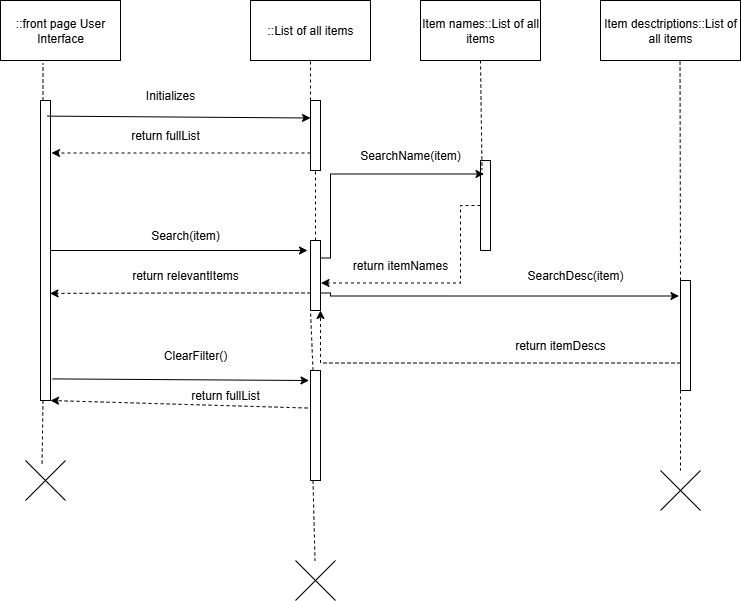
This is diagrams/SequencePart3.png from GravityGuy99/TreasureTrove, a draw.io export, as it was before one commit. Source tidied: cells renumbered, new cells last; positions are measured from the earlier drawing's top-left corner, leaving out a move shared by most shapes. Source of this version:
```xml
<mxGraphModel>
  <root>
    <mxCell id="0" />
    <mxCell id="1" parent="0" />
    <mxCell id="2" value="::List of all items" style="rounded=0;whiteSpace=wrap;html=1;" parent="1" vertex="1">
      <mxGeometry x="250" width="120" height="60" as="geometry" />
    </mxCell>
    <mxCell id="3" value="::front page User Interface" style="rounded=0;whiteSpace=wrap;html=1;" parent="1" vertex="1">
      <mxGeometry width="120" height="60" as="geometry" />
    </mxCell>
    <mxCell id="4" style="rounded=0;whiteSpace=wrap;html=1;" parent="1" vertex="1">
      <mxGeometry x="40" y="100" width="10" height="300" as="geometry" />
    </mxCell>
    <mxCell id="5" style="rounded=0;whiteSpace=wrap;html=1;" parent="1" vertex="1">
      <mxGeometry x="310" y="100" width="10" height="70" as="geometry" />
    </mxCell>
    <mxCell id="6" style="endArrow=none;dashed=1;html=1;rounded=0;entryX=0.5;entryY=1;entryDx=0;entryDy=0;exitX=0;exitY=0;exitDx=0;exitDy=0;" parent="1" edge="1" source="5" target="2">
      <mxGeometry relative="1" as="geometry" />
    </mxCell>
    <mxCell id="7" style="endArrow=none;dashed=1;html=1;rounded=0;entryX=0.354;entryY=1.042;entryDx=0;entryDy=0;entryPerimeter=0;exitX=0.25;exitY=0;exitDx=0;exitDy=0;" parent="1" edge="1" source="4" target="3">
      <mxGeometry relative="1" as="geometry" />
    </mxCell>
    <mxCell id="8" style="endArrow=classic;html=1;rounded=0;exitX=0.65;exitY=0.052;exitDx=0;exitDy=0;exitPerimeter=0;entryX=0;entryY=0.25;entryDx=0;entryDy=0;" parent="1" edge="1" source="4" target="5">
      <mxGeometry relative="1" as="geometry" />
    </mxCell>
    <mxCell id="9" value="Initializes" style="text;html=1;align=center;verticalAlign=middle;whiteSpace=wrap;rounded=0;" parent="1" vertex="1">
      <mxGeometry x="140" y="80" width="60" height="30" as="geometry" />
    </mxCell>
    <mxCell id="10" style="edgeStyle=orthogonalEdgeStyle;rounded=0;jettySize=auto;html=1;exitX=0;exitY=0.75;exitDx=0;exitDy=0;entryX=1.1;entryY=0.175;entryDx=0;entryDy=0;entryPerimeter=0;dashed=1;" parent="1" edge="1" source="5" target="4">
      <mxGeometry relative="1" as="geometry" />
    </mxCell>
    <mxCell id="11" value="return fullList" style="text;html=1;align=center;verticalAlign=middle;whiteSpace=wrap;rounded=0;" parent="1" vertex="1">
      <mxGeometry x="120" y="120" width="90" height="30" as="geometry" />
    </mxCell>
    <mxCell id="12" value="Item names::List of all items" style="rounded=0;whiteSpace=wrap;html=1;" parent="1" vertex="1">
      <mxGeometry x="420" width="120" height="60" as="geometry" />
    </mxCell>
    <mxCell id="13" value="Item desctriptions::List of all items" style="rounded=0;whiteSpace=wrap;html=1;" parent="1" vertex="1">
      <mxGeometry x="600" width="140" height="60" as="geometry" />
    </mxCell>
    <mxCell id="14" style="rounded=0;whiteSpace=wrap;html=1;" parent="1" vertex="1">
      <mxGeometry x="310" y="240" width="10" height="70" as="geometry" />
    </mxCell>
    <mxCell id="15" style="edgeStyle=orthogonalEdgeStyle;rounded=0;jettySize=auto;html=1;exitX=1;exitY=0.5;exitDx=0;exitDy=0;entryX=-0.3;entryY=0.143;entryDx=0;entryDy=0;entryPerimeter=0;" parent="1" edge="1" source="4" target="14">
      <mxGeometry relative="1" as="geometry" />
    </mxCell>
    <mxCell id="16" style="edgeStyle=orthogonalEdgeStyle;rounded=0;jettySize=auto;html=1;exitX=0;exitY=0.75;exitDx=0;exitDy=0;entryX=0.95;entryY=0.643;entryDx=0;entryDy=0;entryPerimeter=0;dashed=1;" parent="1" edge="1" source="14" target="4">
      <mxGeometry relative="1" as="geometry" />
    </mxCell>
    <mxCell id="17" style="endArrow=none;dashed=1;html=1;rounded=0;exitX=0.5;exitY=0;exitDx=0;exitDy=0;" parent="1" edge="1" source="14">
      <mxGeometry relative="1" as="geometry">
        <mxPoint x="315" y="170" as="targetPoint" />
      </mxGeometry>
    </mxCell>
    <mxCell id="18" value="Search(item)" style="text;html=1;align=center;verticalAlign=middle;whiteSpace=wrap;rounded=0;" parent="1" vertex="1">
      <mxGeometry x="110" y="220" width="150" height="30" as="geometry" />
    </mxCell>
    <mxCell id="19" style="rounded=0;whiteSpace=wrap;html=1;" parent="1" vertex="1">
      <mxGeometry x="480" y="160" width="10" height="90" as="geometry" />
    </mxCell>
    <mxCell id="20" style="edgeStyle=orthogonalEdgeStyle;rounded=0;jettySize=auto;html=1;exitX=0;exitY=0.75;exitDx=0;exitDy=0;entryX=1;entryY=1;entryDx=0;entryDy=0;dashed=1;" parent="1" edge="1" source="21" target="14">
      <mxGeometry relative="1" as="geometry" />
    </mxCell>
    <mxCell id="21" style="rounded=0;whiteSpace=wrap;html=1;" parent="1" vertex="1">
      <mxGeometry x="680" y="280" width="10" height="110" as="geometry" />
    </mxCell>
    <mxCell id="22" style="endArrow=none;dashed=1;html=1;rounded=0;exitX=0.5;exitY=1;exitDx=0;exitDy=0;entryX=0.15;entryY=0.1;entryDx=0;entryDy=0;entryPerimeter=0;" parent="1" edge="1" source="12" target="19">
      <mxGeometry relative="1" as="geometry" />
    </mxCell>
    <mxCell id="23" style="endArrow=none;dashed=1;html=1;rounded=0;entryX=0.568;entryY=1;entryDx=0;entryDy=0;entryPerimeter=0;exitX=0;exitY=0;exitDx=0;exitDy=0;" parent="1" edge="1" source="21" target="13">
      <mxGeometry relative="1" as="geometry" />
    </mxCell>
    <mxCell id="24" style="edgeStyle=orthogonalEdgeStyle;rounded=0;jettySize=auto;html=1;exitX=1;exitY=0.25;exitDx=0;exitDy=0;entryX=0.35;entryY=0.15;entryDx=0;entryDy=0;entryPerimeter=0;" parent="1" edge="1" source="14" target="19">
      <mxGeometry relative="1" as="geometry">
        <Array as="points">
          <mxPoint x="330" y="258" />
          <mxPoint x="330" y="174" />
        </Array>
      </mxGeometry>
    </mxCell>
    <mxCell id="25" style="edgeStyle=orthogonalEdgeStyle;rounded=0;jettySize=auto;html=1;exitX=0;exitY=0.5;exitDx=0;exitDy=0;entryX=1.05;entryY=0.607;entryDx=0;entryDy=0;entryPerimeter=0;dashed=1;" parent="1" edge="1" source="19" target="14">
      <mxGeometry relative="1" as="geometry">
        <Array as="points">
          <mxPoint x="460" y="205" />
          <mxPoint x="460" y="283" />
        </Array>
      </mxGeometry>
    </mxCell>
    <mxCell id="26" value="return relevantItems" style="text;html=1;align=center;verticalAlign=middle;whiteSpace=wrap;rounded=0;" parent="1" vertex="1">
      <mxGeometry x="110" y="260" width="150" height="30" as="geometry" />
    </mxCell>
    <mxCell id="27" value="return itemNames" style="text;html=1;align=center;verticalAlign=middle;whiteSpace=wrap;rounded=0;" parent="1" vertex="1">
      <mxGeometry x="330" y="250" width="140" height="30" as="geometry" />
    </mxCell>
    <mxCell id="28" style="edgeStyle=orthogonalEdgeStyle;rounded=0;jettySize=auto;html=1;exitX=1;exitY=0.75;exitDx=0;exitDy=0;entryX=-0.15;entryY=0.141;entryDx=0;entryDy=0;entryPerimeter=0;" parent="1" edge="1" source="14" target="21">
      <mxGeometry relative="1" as="geometry">
        <Array as="points">
          <mxPoint x="330" y="293" />
          <mxPoint x="330" y="296" />
        </Array>
      </mxGeometry>
    </mxCell>
    <mxCell id="29" value="SearchDesc(item)" style="text;html=1;align=center;verticalAlign=middle;whiteSpace=wrap;rounded=0;" parent="1" vertex="1">
      <mxGeometry x="500" y="260" width="150" height="30" as="geometry" />
    </mxCell>
    <mxCell id="30" value="SearchName(item)" style="text;html=1;align=center;verticalAlign=middle;whiteSpace=wrap;rounded=0;" parent="1" vertex="1">
      <mxGeometry x="335" y="140" width="150" height="30" as="geometry" />
    </mxCell>
    <mxCell id="31" value="return itemDescs" style="text;html=1;align=center;verticalAlign=middle;whiteSpace=wrap;rounded=0;" parent="1" vertex="1">
      <mxGeometry x="490" y="330" width="140" height="30" as="geometry" />
    </mxCell>
    <mxCell id="32" style="rounded=0;whiteSpace=wrap;html=1;" parent="1" vertex="1">
      <mxGeometry x="310" y="370" width="10" height="110" as="geometry" />
    </mxCell>
    <mxCell id="33" style="endArrow=none;dashed=1;html=1;rounded=0;exitX=0.25;exitY=0;exitDx=0;exitDy=0;entryX=0;entryY=1;entryDx=0;entryDy=0;" parent="1" edge="1" source="32" target="14">
      <mxGeometry relative="1" as="geometry" />
    </mxCell>
    <mxCell id="34" value="ClearFilter()" style="text;html=1;align=center;verticalAlign=middle;whiteSpace=wrap;rounded=0;" parent="1" vertex="1">
      <mxGeometry x="120" y="340" width="150" height="30" as="geometry" />
    </mxCell>
    <mxCell id="35" style="endArrow=classic;html=1;rounded=0;exitX=1.2;exitY=0.928;exitDx=0;exitDy=0;exitPerimeter=0;entryX=-0.15;entryY=0.091;entryDx=0;entryDy=0;entryPerimeter=0;" parent="1" edge="1" source="4" target="32">
      <mxGeometry relative="1" as="geometry" />
    </mxCell>
    <mxCell id="36" style="endArrow=classic;html=1;rounded=0;entryX=1;entryY=1;entryDx=0;entryDy=0;exitX=-0.3;exitY=0.341;exitDx=0;exitDy=0;exitPerimeter=0;dashed=1;" parent="1" edge="1" source="32" target="4">
      <mxGeometry relative="1" as="geometry" />
    </mxCell>
    <mxCell id="37" value="return fullList" style="text;html=1;align=center;verticalAlign=middle;whiteSpace=wrap;rounded=0;" parent="1" vertex="1">
      <mxGeometry x="150" y="380" width="150" height="30" as="geometry" />
    </mxCell>
    <mxCell id="38" style="endArrow=none;dashed=1;html=1;rounded=0;exitX=0;exitY=1;exitDx=0;exitDy=0;" parent="1" edge="1" source="21" target="39">
      <mxGeometry relative="1" as="geometry" />
    </mxCell>
    <mxCell id="39" style="shape=mxgraph.sysml.x;" parent="1" vertex="1">
      <mxGeometry x="660" y="470" width="40" height="40" as="geometry" />
    </mxCell>
    <mxCell id="40" style="endArrow=none;dashed=1;html=1;rounded=0;exitX=0.25;exitY=1;exitDx=0;exitDy=0;" parent="1" edge="1" source="32" target="41">
      <mxGeometry relative="1" as="geometry" />
    </mxCell>
    <mxCell id="41" style="shape=mxgraph.sysml.x;" parent="1" vertex="1">
      <mxGeometry x="295" y="560" width="40" height="40" as="geometry" />
    </mxCell>
    <mxCell id="42" style="shape=mxgraph.sysml.x;" parent="1" vertex="1">
      <mxGeometry x="25" y="460" width="40" height="40" as="geometry" />
    </mxCell>
    <mxCell id="43" style="endArrow=none;dashed=1;html=1;rounded=0;exitX=0.25;exitY=1;exitDx=0;exitDy=0;entryX=0.413;entryY=0.15;entryDx=0;entryDy=0;entryPerimeter=0;" parent="1" edge="1" source="4" target="42">
      <mxGeometry relative="1" as="geometry" />
    </mxCell>
  </root>
</mxGraphModel>
```
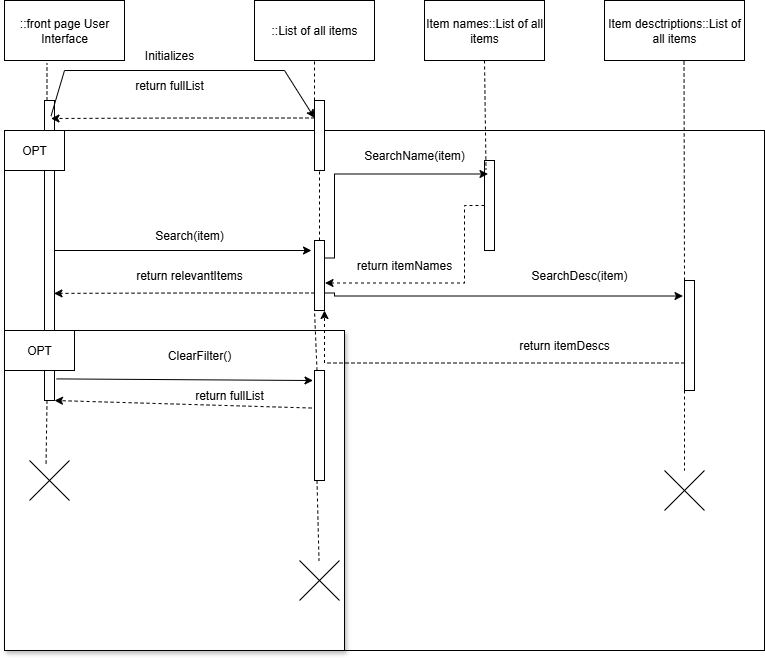
Later version of the same file.

Change to the diagram source:
```diff
@@ -2,12 +2,23 @@
   <root>
     <mxCell id="0" />
     <mxCell id="1" parent="0" />
+    <mxCell id="44" style="rounded=0;whiteSpace=wrap;html=1;" parent="1" vertex="1">
+      <mxGeometry y="130" width="760" height="520" as="geometry" />
+    </mxCell>
+    <mxCell id="45" style="rounded=0;whiteSpace=wrap;html=1;shadow=1;" parent="1" vertex="1">
+      <mxGeometry y="330" width="340" height="320" as="geometry" />
+    </mxCell>
     <mxCell id="2" value="::List of all items" style="rounded=0;whiteSpace=wrap;html=1;" parent="1" vertex="1">
       <mxGeometry x="250" width="120" height="60" as="geometry" />
     </mxCell>
     <mxCell id="3" value="::front page User Interface" style="rounded=0;whiteSpace=wrap;html=1;" parent="1" vertex="1">
       <mxGeometry width="120" height="60" as="geometry" />
     </mxCell>
+    <mxCell id="46" style="edgeStyle=orthogonalEdgeStyle;rounded=0;jettySize=auto;html=1;exitX=0.25;exitY=0;exitDx=0;exitDy=0;" parent="1" edge="1" source="4">
+      <mxGeometry relative="1" as="geometry">
+        <mxPoint x="43" y="100" as="targetPoint" />
+      </mxGeometry>
+    </mxCell>
     <mxCell id="4" style="rounded=0;whiteSpace=wrap;html=1;" parent="1" vertex="1">
       <mxGeometry x="40" y="100" width="10" height="300" as="geometry" />
     </mxCell>
@@ -21,16 +32,18 @@
       <mxGeometry relative="1" as="geometry" />
     </mxCell>
     <mxCell id="8" style="endArrow=classic;html=1;rounded=0;exitX=0.65;exitY=0.052;exitDx=0;exitDy=0;exitPerimeter=0;entryX=0;entryY=0.25;entryDx=0;entryDy=0;" parent="1" edge="1" source="4" target="5">
-      <mxGeometry relative="1" as="geometry" />
+      <mxGeometry relative="1" as="geometry">
+        <Array as="points">
+          <mxPoint x="60" y="70" />
+          <mxPoint x="280" y="70" />
+        </Array>
+      </mxGeometry>
     </mxCell>
     <mxCell id="9" value="Initializes" style="text;html=1;align=center;verticalAlign=middle;whiteSpace=wrap;rounded=0;" parent="1" vertex="1">
-      <mxGeometry x="140" y="80" width="60" height="30" as="geometry" />
+      <mxGeometry x="135" y="40" width="60" height="30" as="geometry" />
     </mxCell>
-    <mxCell id="10" style="edgeStyle=orthogonalEdgeStyle;rounded=0;jettySize=auto;html=1;exitX=0;exitY=0.75;exitDx=0;exitDy=0;entryX=1.1;entryY=0.175;entryDx=0;entryDy=0;entryPerimeter=0;dashed=1;" parent="1" edge="1" source="5" target="4">
-      <mxGeometry relative="1" as="geometry" />
-    </mxCell>
     <mxCell id="11" value="return fullList" style="text;html=1;align=center;verticalAlign=middle;whiteSpace=wrap;rounded=0;" parent="1" vertex="1">
-      <mxGeometry x="120" y="120" width="90" height="30" as="geometry" />
+      <mxGeometry x="120" y="70" width="90" height="30" as="geometry" />
     </mxCell>
     <mxCell id="12" value="Item names::List of all items" style="rounded=0;whiteSpace=wrap;html=1;" parent="1" vertex="1">
       <mxGeometry x="420" width="120" height="60" as="geometry" />
@@ -145,5 +158,14 @@
     <mxCell id="43" style="endArrow=none;dashed=1;html=1;rounded=0;exitX=0.25;exitY=1;exitDx=0;exitDy=0;entryX=0.413;entryY=0.15;entryDx=0;entryDy=0;entryPerimeter=0;" parent="1" edge="1" source="4" target="42">
       <mxGeometry relative="1" as="geometry" />
     </mxCell>
+    <mxCell id="10" style="edgeStyle=orthogonalEdgeStyle;rounded=0;jettySize=auto;html=1;exitX=0;exitY=0.25;exitDx=0;exitDy=0;entryX=0.65;entryY=0.06;entryDx=0;entryDy=0;entryPerimeter=0;dashed=1;" parent="1" edge="1" source="5" target="4">
+      <mxGeometry relative="1" as="geometry" />
+    </mxCell>
+    <mxCell id="47" value="OPT" style="rounded=0;whiteSpace=wrap;html=1;" parent="1" vertex="1">
+      <mxGeometry y="130" width="60" height="40" as="geometry" />
+    </mxCell>
+    <mxCell id="48" value="OPT" style="rounded=0;whiteSpace=wrap;html=1;" parent="1" vertex="1">
+      <mxGeometry y="330" width="70" height="40" as="geometry" />
+    </mxCell>
   </root>
 </mxGraphModel>
```
